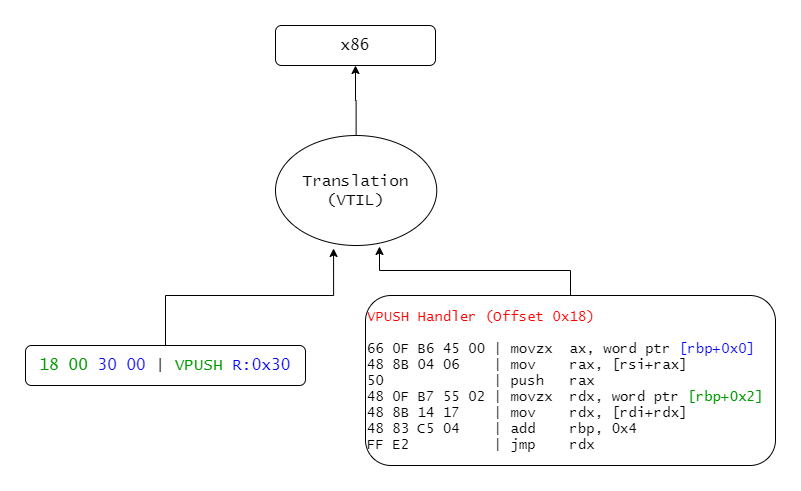
Earlier version of the draw.io export assets/virtualization-1/vtil-flowchart.png (0xnobody/0xnobody.github.io). Source tidied: cells renumbered, new cells last; positions are measured from the earlier drawing's top-left corner, leaving out a move shared by most shapes. Its diagram source:
```xml
<mxGraphModel>
  <root>
    <mxCell id="0" />
    <mxCell id="1" parent="0" />
    <mxCell id="2" style="edgeStyle=orthogonalEdgeStyle;rounded=0;jettySize=auto;html=1;entryX=0.5;entryY=0;entryDx=0;entryDy=0;fontFamily=Lucida Console;fontColor=#000000;endArrow=none;endFill=0;startArrow=classic;startFill=1;" parent="1" edge="1" source="3" target="6">
      <mxGeometry relative="1" as="geometry" />
    </mxCell>
    <mxCell id="3" value="&lt;span style=&quot;font-size: 16px&quot;&gt;x86&lt;/span&gt;" style="rounded=1;whiteSpace=wrap;html=1;fontFamily=Lucida Console;" parent="1" vertex="1">
      <mxGeometry x="250" width="160" height="40" as="geometry" />
    </mxCell>
    <mxCell id="4" style="edgeStyle=orthogonalEdgeStyle;rounded=0;jettySize=auto;html=1;entryX=0.36;entryY=1.027;entryDx=0;entryDy=0;entryPerimeter=0;startArrow=none;startFill=0;endArrow=classic;endFill=1;" parent="1" edge="1" source="5" target="6">
      <mxGeometry relative="1" as="geometry" />
    </mxCell>
    <mxCell id="5" value="&lt;font style=&quot;font-size: 16px&quot;&gt;&lt;font color=&quot;#009900&quot;&gt;18 00&lt;/font&gt;&lt;font color=&quot;#ff0000&quot;&gt; &lt;/font&gt;&lt;font color=&quot;#0000ff&quot;&gt;30 00&lt;/font&gt; | &lt;font color=&quot;#009900&quot;&gt;VPUSH&lt;/font&gt; &lt;font color=&quot;#0000ff&quot;&gt;R:0x30&lt;/font&gt;&lt;/font&gt;" style="rounded=1;whiteSpace=wrap;html=1;fontFamily=Lucida Console;" parent="1" vertex="1">
      <mxGeometry y="320" width="280" height="40" as="geometry" />
    </mxCell>
    <mxCell id="6" value="&lt;font style=&quot;font-size: 16px&quot;&gt;Translation (VTIL)&lt;br&gt;&lt;/font&gt;" style="ellipse;whiteSpace=wrap;html=1;fillColor=none;fontFamily=Lucida Console;fontColor=#000000;" parent="1" vertex="1">
      <mxGeometry x="250" y="110" width="161.2" height="110" as="geometry" />
    </mxCell>
    <mxCell id="7" style="edgeStyle=orthogonalEdgeStyle;rounded=0;jettySize=auto;html=1;entryX=0.645;entryY=1.009;entryDx=0;entryDy=0;entryPerimeter=0;startArrow=none;startFill=0;endArrow=classic;endFill=1;" parent="1" edge="1" source="8" target="6">
      <mxGeometry relative="1" as="geometry" />
    </mxCell>
    <mxCell id="8" value="&lt;div style=&quot;font-size: 14px&quot;&gt;&lt;font style=&quot;font-size: 14px&quot; color=&quot;#ff0000&quot;&gt;VPUSH Handler (Offset 0x18)&lt;/font&gt;&lt;/div&gt;&lt;div style=&quot;font-size: 14px&quot;&gt;&lt;font style=&quot;font-size: 14px&quot;&gt;&lt;br&gt;&lt;/font&gt;&lt;/div&gt;&lt;div style=&quot;font-size: 14px&quot;&gt;&lt;font style=&quot;font-size: 14px&quot;&gt;66 0F B6 45 00 | movzx&amp;nbsp; ax, word ptr &lt;font color=&quot;#0000ff&quot;&gt;[rbp+0x0]&lt;/font&gt;&lt;/font&gt;&lt;/div&gt;&lt;div style=&quot;font-size: 14px&quot;&gt;&lt;font style=&quot;font-size: 14px&quot;&gt;48 8B 04 06&amp;nbsp; &amp;nbsp; | mov&amp;nbsp; &amp;nbsp; rax, [rsi+rax]&lt;/font&gt;&lt;/div&gt;&lt;div style=&quot;font-size: 14px&quot;&gt;&lt;font style=&quot;font-size: 14px&quot;&gt;50&amp;nbsp; &amp;nbsp; &amp;nbsp; &amp;nbsp; &amp;nbsp; &amp;nbsp; &amp;nbsp;| push&amp;nbsp; &amp;nbsp;rax&lt;/font&gt;&lt;/div&gt;&lt;div style=&quot;font-size: 14px&quot;&gt;&lt;font style=&quot;font-size: 14px&quot;&gt;48 0F B7 55 02 | movzx&amp;nbsp; rdx, word ptr &lt;font color=&quot;#009900&quot;&gt;[rbp+0x2]&lt;/font&gt;&lt;/font&gt;&lt;/div&gt;&lt;div style=&quot;font-size: 14px&quot;&gt;&lt;font style=&quot;font-size: 14px&quot;&gt;48 8B 14 17&amp;nbsp; &amp;nbsp; | mov&amp;nbsp; &amp;nbsp; rdx, [rdi+rdx]&lt;/font&gt;&lt;/div&gt;&lt;div style=&quot;font-size: 14px&quot;&gt;&lt;font style=&quot;font-size: 14px&quot;&gt;48 83 C5 04&amp;nbsp; &amp;nbsp; | add&amp;nbsp; &amp;nbsp; rbp, 0x4&lt;/font&gt;&lt;/div&gt;&lt;div style=&quot;font-size: 14px&quot;&gt;&lt;font style=&quot;font-size: 14px&quot;&gt;FF E2&amp;nbsp; &amp;nbsp; &amp;nbsp; &amp;nbsp; &amp;nbsp; | jmp&amp;nbsp; &amp;nbsp; rdx&lt;/font&gt;&lt;/div&gt;" style="rounded=1;whiteSpace=wrap;html=1;fillColor=none;fontFamily=Lucida Console;fontColor=#000000;align=left;" parent="1" vertex="1">
      <mxGeometry x="340" y="270" width="410" height="170" as="geometry" />
    </mxCell>
  </root>
</mxGraphModel>
```
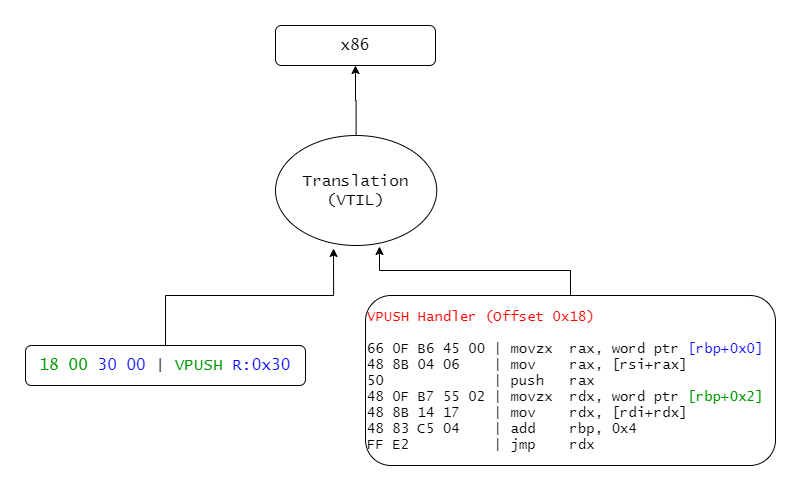
The same file after the commit.

Diff of the diagram source:
```diff
@@ -20,7 +20,7 @@
     <mxCell id="7" style="edgeStyle=orthogonalEdgeStyle;rounded=0;jettySize=auto;html=1;entryX=0.645;entryY=1.009;entryDx=0;entryDy=0;entryPerimeter=0;startArrow=none;startFill=0;endArrow=classic;endFill=1;" parent="1" edge="1" source="8" target="6">
       <mxGeometry relative="1" as="geometry" />
     </mxCell>
-    <mxCell id="8" value="&lt;div style=&quot;font-size: 14px&quot;&gt;&lt;font style=&quot;font-size: 14px&quot; color=&quot;#ff0000&quot;&gt;VPUSH Handler (Offset 0x18)&lt;/font&gt;&lt;/div&gt;&lt;div style=&quot;font-size: 14px&quot;&gt;&lt;font style=&quot;font-size: 14px&quot;&gt;&lt;br&gt;&lt;/font&gt;&lt;/div&gt;&lt;div style=&quot;font-size: 14px&quot;&gt;&lt;font style=&quot;font-size: 14px&quot;&gt;66 0F B6 45 00 | movzx&amp;nbsp; ax, word ptr &lt;font color=&quot;#0000ff&quot;&gt;[rbp+0x0]&lt;/font&gt;&lt;/font&gt;&lt;/div&gt;&lt;div style=&quot;font-size: 14px&quot;&gt;&lt;font style=&quot;font-size: 14px&quot;&gt;48 8B 04 06&amp;nbsp; &amp;nbsp; | mov&amp;nbsp; &amp;nbsp; rax, [rsi+rax]&lt;/font&gt;&lt;/div&gt;&lt;div style=&quot;font-size: 14px&quot;&gt;&lt;font style=&quot;font-size: 14px&quot;&gt;50&amp;nbsp; &amp;nbsp; &amp;nbsp; &amp;nbsp; &amp;nbsp; &amp;nbsp; &amp;nbsp;| push&amp;nbsp; &amp;nbsp;rax&lt;/font&gt;&lt;/div&gt;&lt;div style=&quot;font-size: 14px&quot;&gt;&lt;font style=&quot;font-size: 14px&quot;&gt;48 0F B7 55 02 | movzx&amp;nbsp; rdx, word ptr &lt;font color=&quot;#009900&quot;&gt;[rbp+0x2]&lt;/font&gt;&lt;/font&gt;&lt;/div&gt;&lt;div style=&quot;font-size: 14px&quot;&gt;&lt;font style=&quot;font-size: 14px&quot;&gt;48 8B 14 17&amp;nbsp; &amp;nbsp; | mov&amp;nbsp; &amp;nbsp; rdx, [rdi+rdx]&lt;/font&gt;&lt;/div&gt;&lt;div style=&quot;font-size: 14px&quot;&gt;&lt;font style=&quot;font-size: 14px&quot;&gt;48 83 C5 04&amp;nbsp; &amp;nbsp; | add&amp;nbsp; &amp;nbsp; rbp, 0x4&lt;/font&gt;&lt;/div&gt;&lt;div style=&quot;font-size: 14px&quot;&gt;&lt;font style=&quot;font-size: 14px&quot;&gt;FF E2&amp;nbsp; &amp;nbsp; &amp;nbsp; &amp;nbsp; &amp;nbsp; | jmp&amp;nbsp; &amp;nbsp; rdx&lt;/font&gt;&lt;/div&gt;" style="rounded=1;whiteSpace=wrap;html=1;fillColor=none;fontFamily=Lucida Console;fontColor=#000000;align=left;" parent="1" vertex="1">
+    <mxCell id="8" value="&lt;div style=&quot;font-size: 14px&quot;&gt;&lt;font style=&quot;font-size: 14px&quot; color=&quot;#ff0000&quot;&gt;VPUSH Handler (Offset 0x18)&lt;/font&gt;&lt;/div&gt;&lt;div style=&quot;font-size: 14px&quot;&gt;&lt;font style=&quot;font-size: 14px&quot;&gt;&lt;br&gt;&lt;/font&gt;&lt;/div&gt;&lt;div style=&quot;font-size: 14px&quot;&gt;&lt;font style=&quot;font-size: 14px&quot;&gt;66 0F B6 45 00 | movzx&amp;nbsp; rax, word ptr &lt;font color=&quot;#0000ff&quot;&gt;[rbp+0x0]&lt;/font&gt;&lt;/font&gt;&lt;/div&gt;&lt;div style=&quot;font-size: 14px&quot;&gt;&lt;font style=&quot;font-size: 14px&quot;&gt;48 8B 04 06&amp;nbsp; &amp;nbsp; | mov&amp;nbsp; &amp;nbsp; rax, [rsi+rax]&lt;/font&gt;&lt;/div&gt;&lt;div style=&quot;font-size: 14px&quot;&gt;&lt;font style=&quot;font-size: 14px&quot;&gt;50&amp;nbsp; &amp;nbsp; &amp;nbsp; &amp;nbsp; &amp;nbsp; &amp;nbsp; &amp;nbsp;| push&amp;nbsp; &amp;nbsp;rax&lt;/font&gt;&lt;/div&gt;&lt;div style=&quot;font-size: 14px&quot;&gt;&lt;font style=&quot;font-size: 14px&quot;&gt;48 0F B7 55 02 | movzx&amp;nbsp; rdx, word ptr &lt;font color=&quot;#009900&quot;&gt;[rbp+0x2]&lt;/font&gt;&lt;/font&gt;&lt;/div&gt;&lt;div style=&quot;font-size: 14px&quot;&gt;&lt;font style=&quot;font-size: 14px&quot;&gt;48 8B 14 17&amp;nbsp; &amp;nbsp; | mov&amp;nbsp; &amp;nbsp; rdx, [rdi+rdx]&lt;/font&gt;&lt;/div&gt;&lt;div style=&quot;font-size: 14px&quot;&gt;&lt;font style=&quot;font-size: 14px&quot;&gt;48 83 C5 04&amp;nbsp; &amp;nbsp; | add&amp;nbsp; &amp;nbsp; rbp, 0x4&lt;/font&gt;&lt;/div&gt;&lt;div style=&quot;font-size: 14px&quot;&gt;&lt;font style=&quot;font-size: 14px&quot;&gt;FF E2&amp;nbsp; &amp;nbsp; &amp;nbsp; &amp;nbsp; &amp;nbsp; | jmp&amp;nbsp; &amp;nbsp; rdx&lt;/font&gt;&lt;/div&gt;" style="rounded=1;whiteSpace=wrap;html=1;fillColor=none;fontFamily=Lucida Console;fontColor=#000000;align=left;" parent="1" vertex="1">
       <mxGeometry x="340" y="270" width="410" height="170" as="geometry" />
     </mxCell>
   </root>
```
